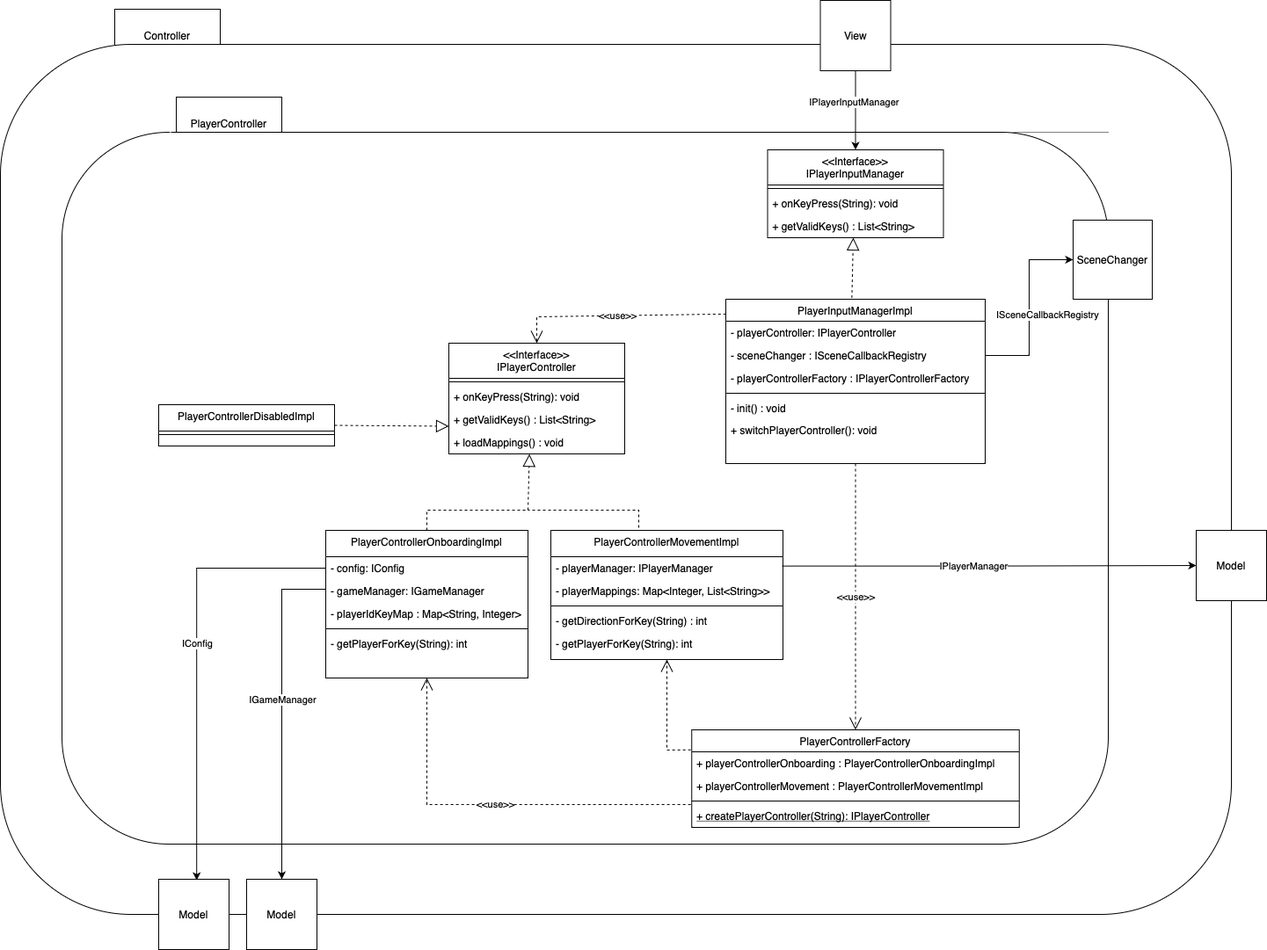
Above: doku-game/PlayerController-ClassDiagramm.drawio.png in PrismFox/tron-game (draw.io), before the change. Source tidied: cells renumbered, new cells last; positions are measured from the earlier drawing's top-left corner, leaving out a move shared by most shapes.
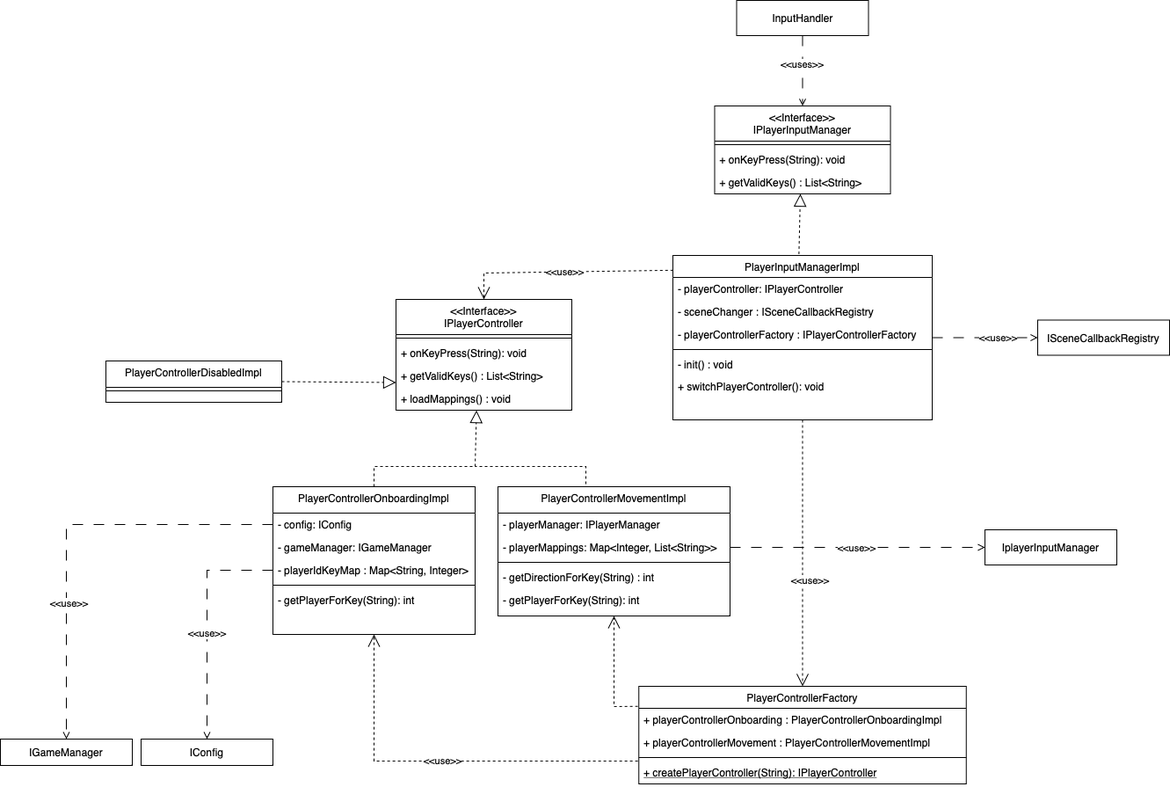
After the change.

What changed in the source:
```diff
@@ -2,18 +2,6 @@
   <root>
     <mxCell id="0" />
     <mxCell id="1" parent="0" />
-    <mxCell id="2" value="Controller" style="rounded=0;whiteSpace=wrap;html=1;" parent="1" vertex="1">
-      <mxGeometry x="130" y="10" width="120" height="60" as="geometry" />
-    </mxCell>
-    <mxCell id="3" style="rounded=1;whiteSpace=wrap;html=1;" parent="1" vertex="1">
-      <mxGeometry y="50" width="1400" height="990" as="geometry" />
-    </mxCell>
-    <mxCell id="4" value="PlayerController" style="rounded=0;whiteSpace=wrap;html=1;" parent="1" vertex="1">
-      <mxGeometry x="200" y="110" width="120" height="60" as="geometry" />
-    </mxCell>
-    <mxCell id="5" style="rounded=1;whiteSpace=wrap;html=1;" parent="1" vertex="1">
-      <mxGeometry x="70" y="150" width="1190" height="810" as="geometry" />
-    </mxCell>
     <mxCell id="6" value="&lt;&lt;Interface&gt;&gt;&#10;IPlayerController" style="swimlane;fontStyle=0;align=center;verticalAlign=top;horizontal=1;startSize=40;rounded=0;shadow=0;strokeWidth=1;" parent="1" vertex="1">
       <mxGeometry x="510" y="390" width="200" height="126" as="geometry" />
     </mxCell>
@@ -94,6 +82,12 @@
         </Array>
       </mxGeometry>
     </mxCell>
+    <mxCell id="64" style="edgeStyle=orthogonalEdgeStyle;rounded=0;jettySize=auto;html=1;entryX=0;entryY=0.5;entryDx=0;entryDy=0;dashed=1;dashPattern=12 12;endArrow=open;endFill=0;" parent="1" edge="1" source="29" target="63">
+      <mxGeometry relative="1" as="geometry" />
+    </mxCell>
+    <mxCell id="65" value="&amp;lt;&amp;lt;use&amp;gt;&amp;gt;" style="edgeLabel;html=1;align=center;verticalAlign=middle;" parent="64" vertex="1">
+      <mxGeometry x="0.23" relative="1" as="geometry" />
+    </mxCell>
     <mxCell id="29" value="PlayerInputManagerImpl" style="swimlane;fontStyle=0;align=center;verticalAlign=top;horizontal=1;startSize=25;rounded=0;shadow=0;strokeWidth=1;" parent="1" vertex="1">
       <mxGeometry x="825" y="340" width="295" height="187" as="geometry" />
     </mxCell>
@@ -154,22 +148,13 @@
       </mxGeometry>
     </mxCell>
     <mxCell id="44" value="&amp;lt;&amp;lt;use&amp;gt;&amp;gt;" style="endArrow=open;endSize=12;dashed=1;html=1;rounded=0;entryX=0.5;entryY=0;entryDx=0;entryDy=0;exitX=0.5;exitY=1;exitDx=0;exitDy=0;" parent="1" edge="1" source="29" target="36">
-      <mxGeometry relative="1" as="geometry" />
+      <mxGeometry x="0.21" y="8" relative="1" as="geometry" />
     </mxCell>
     <mxCell id="45" style="endArrow=block;dashed=1;endFill=0;endSize=12;html=1;rounded=0;exitX=0.486;exitY=-0.008;exitDx=0;exitDy=0;exitPerimeter=0;" parent="1" edge="1" source="29">
       <mxGeometry relative="1" as="geometry">
         <mxPoint x="970" y="270" as="targetPoint" />
       </mxGeometry>
     </mxCell>
-    <mxCell id="46" style="edgeStyle=orthogonalEdgeStyle;rounded=0;jettySize=auto;html=1;entryX=0.5;entryY=0;entryDx=0;entryDy=0;" parent="1" edge="1" source="48" target="18">
-      <mxGeometry relative="1" as="geometry" />
-    </mxCell>
-    <mxCell id="47" value="IPlayerInputManager" style="edgeLabel;html=1;align=center;verticalAlign=middle;" parent="46" vertex="1">
-      <mxGeometry x="-0.21" y="-2" relative="1" as="geometry" />
-    </mxCell>
-    <mxCell id="48" value="View" style="whiteSpace=wrap;html=1;" parent="1" vertex="1">
-      <mxGeometry x="932.5" width="80" height="80" as="geometry" />
-    </mxCell>
     <mxCell id="49" value="PlayerControllerDisabledImpl" style="swimlane;fontStyle=0;align=center;verticalAlign=top;horizontal=1;startSize=30;rounded=0;shadow=0;strokeWidth=1;" parent="1" vertex="1">
       <mxGeometry x="180" y="460" width="200" height="47" as="geometry" />
     </mxCell>
@@ -179,43 +164,44 @@
     <mxCell id="51" style="endArrow=block;dashed=1;endFill=0;endSize=12;html=1;rounded=0;exitX=1;exitY=0.5;exitDx=0;exitDy=0;entryX=0;entryY=0.75;entryDx=0;entryDy=0;" parent="1" edge="1" source="49" target="6">
       <mxGeometry relative="1" as="geometry" />
     </mxCell>
-    <mxCell id="52" value="Model" style="whiteSpace=wrap;html=1;" parent="1" vertex="1">
-      <mxGeometry x="280" y="1000" width="80" height="80" as="geometry" />
-    </mxCell>
-    <mxCell id="53" style="edgeStyle=orthogonalEdgeStyle;rounded=0;jettySize=auto;html=1;entryX=0.5;entryY=0;entryDx=0;entryDy=0;exitX=0;exitY=0.423;exitDx=0;exitDy=0;exitPerimeter=0;" parent="1" edge="1" source="13" target="52">
-      <mxGeometry relative="1" as="geometry" />
-    </mxCell>
+    <mxCell id="63" value="ISceneCallbackRegistry" style="rounded=0;whiteSpace=wrap;html=1;" parent="1" vertex="1">
+      <mxGeometry x="1240" y="413.5" width="150" height="40" as="geometry" />
+    </mxCell>
+    <mxCell id="66" value="IplayerInputManager" style="rounded=0;whiteSpace=wrap;html=1;" parent="1" vertex="1">
+      <mxGeometry x="1180" y="652" width="150" height="40" as="geometry" />
+    </mxCell>
+    <mxCell id="67" style="edgeStyle=orthogonalEdgeStyle;rounded=0;jettySize=auto;html=1;dashed=1;dashPattern=12 12;endArrow=open;endFill=0;" parent="1" edge="1" source="24" target="66">
+      <mxGeometry relative="1" as="geometry" />
+    </mxCell>
+    <mxCell id="68" value="&amp;lt;&amp;lt;use&amp;gt;&amp;gt;" style="edgeLabel;html=1;align=center;verticalAlign=middle;" parent="67" vertex="1">
+      <mxGeometry x="-0.01" relative="1" as="geometry" />
+    </mxCell>
-    <mxCell id="54" value="IGameManager" style="edgeLabel;html=1;align=center;verticalAlign=middle;points=[];" parent="53" vertex="1">
-      <mxGeometry x="-0.07" relative="1" as="geometry" />
+    <mxCell id="54" value="IGameManager" style="rounded=0;whiteSpace=wrap;html=1;" parent="1" vertex="1">
+      <mxGeometry x="60" y="890" width="150" height="30" as="geometry" />
     </mxCell>
-    <mxCell id="55" style="edgeStyle=orthogonalEdgeStyle;rounded=0;jettySize=auto;html=1;entryX=0.54;entryY=0.015;entryDx=0;entryDy=0;exitX=0;exitY=0.5;exitDx=0;exitDy=0;entryPerimeter=0;" parent="1" edge="1" source="12" target="57">
-      <mxGeometry relative="1" as="geometry" />
-    </mxCell>
-    <mxCell id="56" value="IConfig" style="edgeLabel;html=1;align=center;verticalAlign=middle;points=[];" parent="55" vertex="1">
-      <mxGeometry x="-0.07" relative="1" as="geometry" />
+    <mxCell id="56" value="IConfig" style="rounded=0;whiteSpace=wrap;html=1;" parent="1" vertex="1">
+      <mxGeometry x="220" y="890" width="150" height="30" as="geometry" />
     </mxCell>
-    <mxCell id="57" value="Model" style="whiteSpace=wrap;html=1;" parent="1" vertex="1">
-      <mxGeometry x="180" y="1000" width="80" height="80" as="geometry" />
-    </mxCell>
-    <mxCell id="58" value="Model" style="whiteSpace=wrap;html=1;" parent="1" vertex="1">
-      <mxGeometry x="1360" y="603" width="80" height="80" as="geometry" />
-    </mxCell>
-    <mxCell id="59" style="edgeStyle=orthogonalEdgeStyle;rounded=0;jettySize=auto;html=1;entryX=0;entryY=0.5;entryDx=0;entryDy=0;exitX=0.996;exitY=0.408;exitDx=0;exitDy=0;exitPerimeter=0;" parent="1" edge="1" source="23" target="58">
-      <mxGeometry relative="1" as="geometry" />
-    </mxCell>
-    <mxCell id="60" value="IPlayerManager" style="edgeLabel;html=1;align=center;verticalAlign=middle;" parent="59" vertex="1">
-      <mxGeometry x="-0.07" relative="1" as="geometry" />
-    </mxCell>
-    <mxCell id="61" value="SceneChanger" style="whiteSpace=wrap;html=1;" parent="1" vertex="1">
-      <mxGeometry x="1220" y="250" width="90" height="90" as="geometry" />
-    </mxCell>
-    <mxCell id="62" style="edgeStyle=orthogonalEdgeStyle;rounded=0;jettySize=auto;html=1;entryX=0;entryY=0.5;entryDx=0;entryDy=0;" parent="1" edge="1" source="31" target="61">
-      <mxGeometry relative="1" as="geometry" />
-    </mxCell>
-    <mxCell id="63" value="ISceneCallbackRegistry" style="edgeLabel;html=1;align=center;verticalAlign=middle;points=[];" parent="62" vertex="1">
-      <mxGeometry x="-0.07" relative="1" as="geometry">
-        <mxPoint x="20" as="offset" />
-      </mxGeometry>
-    </mxCell>
+    <mxCell id="69" style="edgeStyle=orthogonalEdgeStyle;rounded=0;jettySize=auto;html=1;entryX=0.5;entryY=0;entryDx=0;entryDy=0;dashed=1;dashPattern=12 12;endArrow=open;endFill=0;" parent="1" edge="1" source="12" target="54">
+      <mxGeometry relative="1" as="geometry" />
+    </mxCell>
+    <mxCell id="70" value="&amp;lt;&amp;lt;use&amp;gt;&amp;gt;" style="edgeLabel;html=1;align=center;verticalAlign=middle;" parent="69" vertex="1">
+      <mxGeometry x="0.35" y="2" relative="1" as="geometry" />
+    </mxCell>
+    <mxCell id="71" style="edgeStyle=orthogonalEdgeStyle;rounded=0;jettySize=auto;html=1;entryX=0.5;entryY=0;entryDx=0;entryDy=0;dashed=1;dashPattern=12 12;endArrow=open;endFill=0;" parent="1" edge="1" source="14" target="56">
+      <mxGeometry relative="1" as="geometry" />
+    </mxCell>
+    <mxCell id="72" value="&amp;lt;&amp;lt;use&amp;gt;&amp;gt;" style="edgeLabel;html=1;align=center;verticalAlign=middle;" parent="71" vertex="1">
+      <mxGeometry x="0.09" y="-1" relative="1" as="geometry" />
+    </mxCell>
+    <mxCell id="73" style="edgeStyle=orthogonalEdgeStyle;rounded=0;jettySize=auto;html=1;entryX=0.5;entryY=0;entryDx=0;entryDy=0;dashed=1;dashPattern=12 12;endArrow=open;endFill=0;" parent="1" edge="1" source="75" target="18">
+      <mxGeometry relative="1" as="geometry" />
+    </mxCell>
+    <mxCell id="74" value="&amp;lt;&amp;lt;uses&amp;gt;&amp;gt;" style="edgeLabel;html=1;align=center;verticalAlign=middle;" parent="73" vertex="1">
+      <mxGeometry x="-0.21" y="-1" relative="1" as="geometry" />
+    </mxCell>
+    <mxCell id="75" value="InputHandler" style="rounded=0;whiteSpace=wrap;html=1;" parent="1" vertex="1">
+      <mxGeometry x="897.5" y="50" width="150" height="40" as="geometry" />
+    </mxCell>
   </root>
 </mxGraphModel>
```
